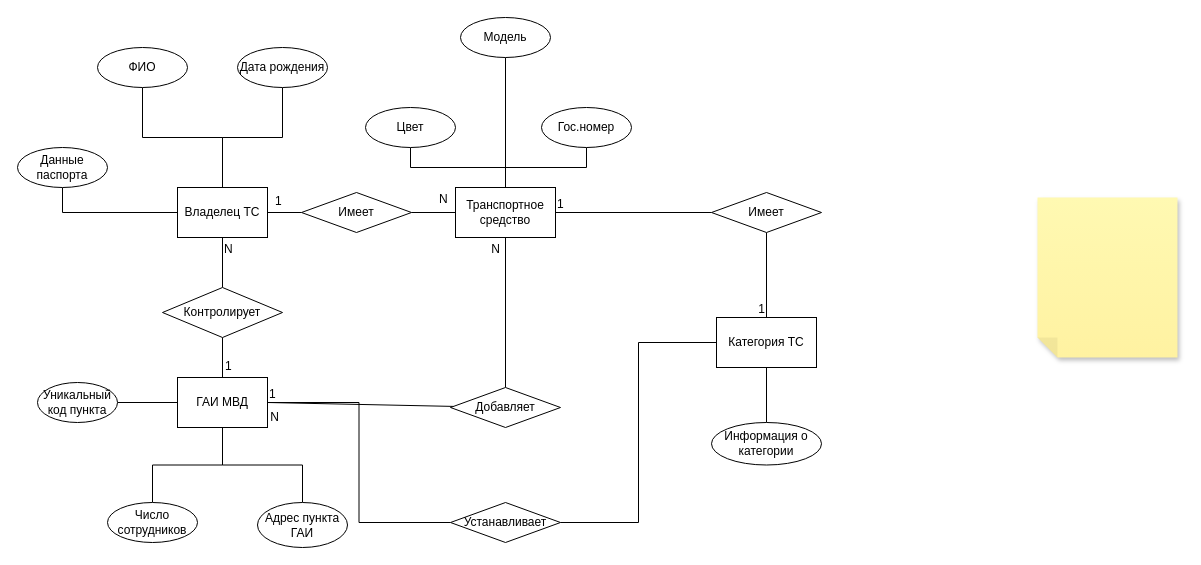
This is lab3DB.drawio from duahifnv/TrafficInspectionApp, a draw.io file, before an edit. Source tidied: cells renumbered, new cells numbered last; positions are measured from the earlier drawing's top-left corner, leaving out a move shared by most shapes. Both pictures are drawn from the tidied source at 100%, with x=0, y=0 at pixel (17, 17).
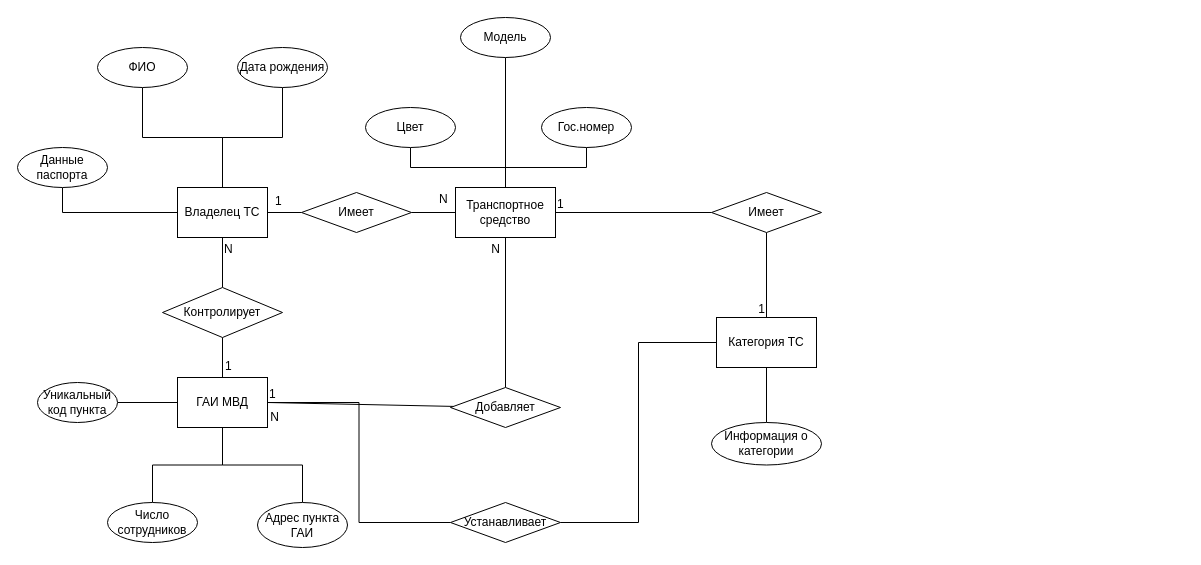
After the change.

The edit, as a diff of the source:
```diff
@@
-    <mxCell id="50" style="shape=note;whiteSpace=wrap;html=1;backgroundOutline=1;fontColor=#000000;darkOpacity=0.05;fillColor=#FFF9B2;strokeColor=none;fillStyle=solid;direction=west;gradientDirection=north;gradientColor=#FFF2A1;shadow=1;size=20;" parent="1" vertex="1">
-      <mxGeometry x="1020" y="180" width="140" height="160" as="geometry" />
-    </mxCell>
```
